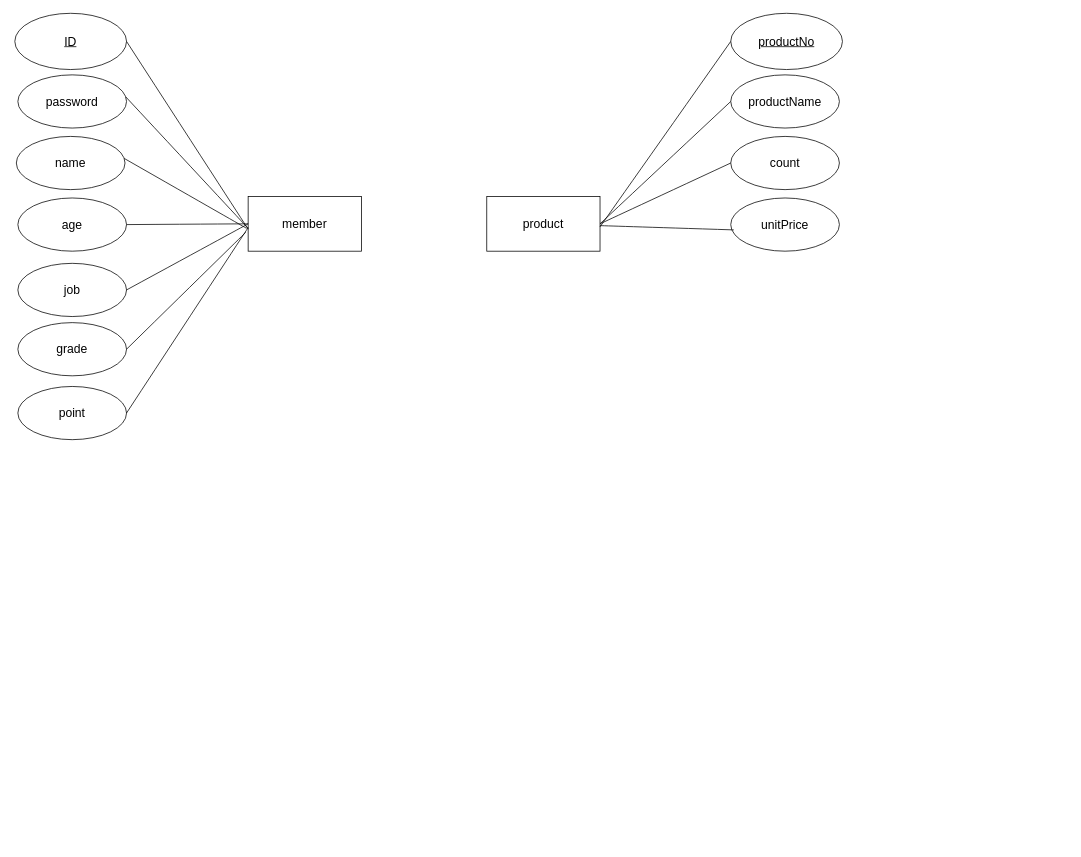
Before: page "ERD" (1 of 2) of testDB.drawio in kkcf0123/oracleSource1, a draw.io diagram. Source tidied: cells renumbered, new cells numbered last; positions are measured from the earlier drawing's top-left corner, leaving out a move shared by most shapes. Both pictures are drawn from the tidied source at 76%, with x=0, y=0 at pixel (14, 13).
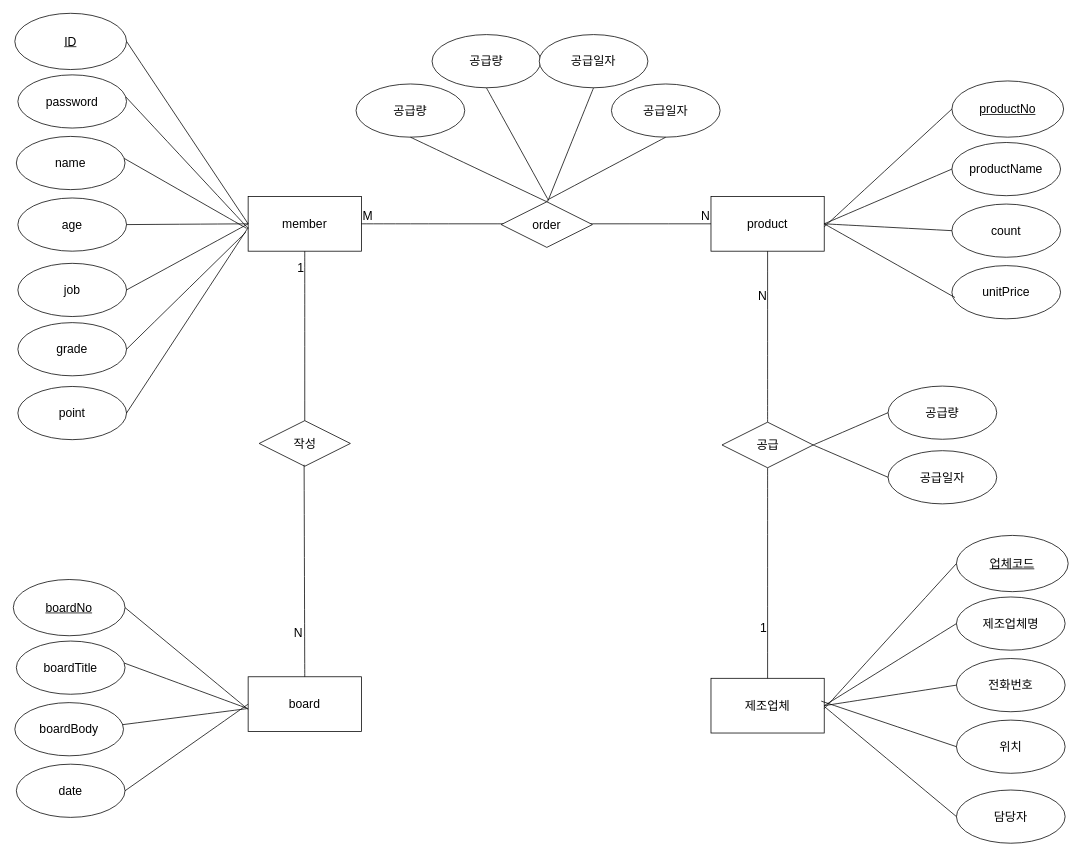
The same diagram, later.

The change refers to these unchanged cells:
```xml
<mxCell id="2" value="member" style="html=1;dashed=0;whiteSpace=wrap;fontSize=16;" parent="1" vertex="1">
  <mxGeometry x="307" y="241" width="149" height="72" as="geometry" />
</mxCell>
<mxCell id="4" value="ID" style="ellipse;whiteSpace=wrap;html=1;align=center;fontStyle=4;fontSize=16;" parent="1" vertex="1">
  <mxGeometry width="147" height="74" as="geometry" />
</mxCell>
```

Change to the diagram source:
```diff
@@
     <mxCell id="3" value="product" style="html=1;dashed=0;whiteSpace=wrap;fontSize=16;" parent="1" vertex="1">
-      <mxGeometry x="621" y="241" width="149" height="72" as="geometry" />
+      <mxGeometry x="916" y="241" width="149" height="72" as="geometry" />
     </mxCell>
@@
     <mxCell id="11" value="productNo" style="ellipse;whiteSpace=wrap;html=1;align=center;fontStyle=4;fontSize=16;" parent="1" vertex="1">
-      <mxGeometry x="942" width="147" height="74" as="geometry" />
+      <mxGeometry x="1233" y="89" width="147" height="74" as="geometry" />
     </mxCell>
     <mxCell id="12" value="productName" style="ellipse;whiteSpace=wrap;html=1;align=center;fontSize=16;" parent="1" vertex="1">
-      <mxGeometry x="942" y="81" width="143" height="70" as="geometry" />
+      <mxGeometry x="1233" y="170" width="143" height="70" as="geometry" />
     </mxCell>
     <mxCell id="13" value="count" style="ellipse;whiteSpace=wrap;html=1;align=center;fontSize=16;" parent="1" vertex="1">
-      <mxGeometry x="942" y="162" width="143" height="70" as="geometry" />
+      <mxGeometry x="1233" y="251" width="143" height="70" as="geometry" />
     </mxCell>
     <mxCell id="14" value="unitPrice" style="ellipse;whiteSpace=wrap;html=1;align=center;fontSize=16;" parent="1" vertex="1">
-      <mxGeometry x="942" y="243" width="143" height="70" as="geometry" />
+      <mxGeometry x="1233" y="332" width="143" height="70" as="geometry" />
     </mxCell>
     <mxCell id="15" style="endArrow=none;html=1;rounded=0;fontSize=12;startSize=8;endSize=8;curved=1;entryX=0;entryY=0.5;entryDx=0;entryDy=0;" parent="1" edge="1" target="11">
       <mxGeometry relative="1" as="geometry">
-        <mxPoint x="770" y="281" as="sourcePoint" />
+        <mxPoint x="1065" y="281" as="sourcePoint" />
       </mxGeometry>
     </mxCell>
     <mxCell id="16" style="endArrow=none;html=1;rounded=0;fontSize=12;startSize=8;endSize=8;curved=1;entryX=0;entryY=0.5;entryDx=0;entryDy=0;" parent="1" edge="1" target="12">
       <mxGeometry relative="1" as="geometry">
-        <mxPoint x="770" y="277" as="sourcePoint" />
+        <mxPoint x="1065" y="277" as="sourcePoint" />
       </mxGeometry>
     </mxCell>
@@
-    <mxCell id="18" style="endArrow=none;html=1;rounded=0;fontSize=12;startSize=8;endSize=8;curved=1;entryX=0.028;entryY=0.6;entryDx=0;entryDy=0;entryPerimeter=0;" parent="1" edge="1" source="3" target="14">
-      <mxGeometry relative="1" as="geometry" />
+    <mxCell id="18" style="endArrow=none;html=1;rounded=0;fontSize=12;startSize=8;endSize=8;curved=1;entryX=0.028;entryY=0.6;entryDx=0;entryDy=0;entryPerimeter=0;" parent="1" edge="1" target="14">
+      <mxGeometry relative="1" as="geometry">
+        <mxPoint x="1065" y="277" as="sourcePoint" />
+      </mxGeometry>
     </mxCell>
-    <mxCell id="19" style="endArrow=none;html=1;rounded=0;fontSize=12;startSize=8;endSize=8;curved=1;entryX=1;entryY=0.5;entryDx=0;entryDy=0;exitX=0;exitY=0.597;exitDx=0;exitDy=0;exitPerimeter=0;" parent="1" edge="1" source="2" target="4">
+    <mxCell id="19" style="endArrow=none;html=1;rounded=0;fontSize=12;startSize=8;endSize=8;curved=1;entryX=1;entryY=0.5;entryDx=0;entryDy=0;exitX=0;exitY=0.5;exitDx=0;exitDy=0;" parent="1" edge="1" source="2" target="4">
       <mxGeometry relative="1" as="geometry" />
     </mxCell>
@@
+    <mxCell id="26" value="board" style="html=1;dashed=0;whiteSpace=wrap;fontSize=16;" parent="1" vertex="1">
+      <mxGeometry x="307" y="873" width="149" height="72" as="geometry" />
+    </mxCell>
+    <mxCell id="27" value="boardNo" style="ellipse;whiteSpace=wrap;html=1;align=center;fontStyle=4;fontSize=16;" parent="1" vertex="1">
+      <mxGeometry x="-2" y="745" width="147" height="74" as="geometry" />
+    </mxCell>
+    <mxCell id="28" value="boardTitle" style="ellipse;whiteSpace=wrap;html=1;align=center;fontSize=16;" parent="1" vertex="1">
+      <mxGeometry x="2" y="826" width="143" height="70" as="geometry" />
+    </mxCell>
+    <mxCell id="29" value="boardBody" style="ellipse;whiteSpace=wrap;html=1;align=center;fontSize=16;" parent="1" vertex="1">
+      <mxGeometry y="907" width="143" height="70" as="geometry" />
+    </mxCell>
+    <mxCell id="30" value="date" style="ellipse;whiteSpace=wrap;html=1;align=center;fontSize=16;" parent="1" vertex="1">
+      <mxGeometry x="2" y="988" width="143" height="70" as="geometry" />
+    </mxCell>
+    <mxCell id="31" style="endArrow=none;html=1;rounded=0;fontSize=12;startSize=8;endSize=8;curved=1;entryX=1;entryY=0.5;entryDx=0;entryDy=0;exitX=0;exitY=0.597;exitDx=0;exitDy=0;exitPerimeter=0;" parent="1" edge="1" source="26" target="27">
+      <mxGeometry relative="1" as="geometry" />
+    </mxCell>
+    <mxCell id="32" style="endArrow=none;html=1;rounded=0;fontSize=12;startSize=8;endSize=8;curved=1;entryX=0.993;entryY=0.414;entryDx=0;entryDy=0;entryPerimeter=0;" parent="1" edge="1" target="28">
+      <mxGeometry relative="1" as="geometry">
+        <mxPoint x="307" y="915" as="sourcePoint" />
+      </mxGeometry>
+    </mxCell>
+    <mxCell id="33" style="endArrow=none;html=1;rounded=0;fontSize=12;startSize=8;endSize=8;curved=1;entryX=0.993;entryY=0.414;entryDx=0;entryDy=0;entryPerimeter=0;" parent="1" edge="1" target="29">
+      <mxGeometry relative="1" as="geometry">
+        <mxPoint x="305" y="915" as="sourcePoint" />
+      </mxGeometry>
+    </mxCell>
+    <mxCell id="34" style="endArrow=none;html=1;rounded=0;fontSize=12;startSize=8;endSize=8;curved=1;entryX=1;entryY=0.5;entryDx=0;entryDy=0;exitX=0;exitY=0.5;exitDx=0;exitDy=0;" parent="1" edge="1" source="26" target="30">
+      <mxGeometry relative="1" as="geometry" />
+    </mxCell>
+    <mxCell id="35" value="제조업체" style="html=1;dashed=0;whiteSpace=wrap;fontSize=16;" parent="1" vertex="1">
+      <mxGeometry x="916" y="875" width="149" height="72" as="geometry" />
+    </mxCell>
+    <mxCell id="36" value="업체코드" style="ellipse;whiteSpace=wrap;html=1;align=center;fontStyle=4;fontSize=16;" parent="1" vertex="1">
+      <mxGeometry x="1239" y="687" width="147" height="74" as="geometry" />
+    </mxCell>
+    <mxCell id="37" value="제조업체명" style="ellipse;whiteSpace=wrap;html=1;align=center;fontSize=16;" parent="1" vertex="1">
+      <mxGeometry x="1239" y="768" width="143" height="70" as="geometry" />
+    </mxCell>
+    <mxCell id="38" value="전화번호" style="ellipse;whiteSpace=wrap;html=1;align=center;fontSize=16;" parent="1" vertex="1">
+      <mxGeometry x="1239" y="849" width="143" height="70" as="geometry" />
+    </mxCell>
+    <mxCell id="39" value="위치" style="ellipse;whiteSpace=wrap;html=1;align=center;fontSize=16;" parent="1" vertex="1">
+      <mxGeometry x="1239" y="930" width="143" height="70" as="geometry" />
+    </mxCell>
+    <mxCell id="40" style="endArrow=none;html=1;rounded=0;fontSize=12;startSize=8;endSize=8;curved=1;entryX=0;entryY=0.5;entryDx=0;entryDy=0;" parent="1" edge="1" target="36">
+      <mxGeometry relative="1" as="geometry">
+        <mxPoint x="1065" y="915" as="sourcePoint" />
+      </mxGeometry>
+    </mxCell>
+    <mxCell id="41" style="endArrow=none;html=1;rounded=0;fontSize=12;startSize=8;endSize=8;curved=1;entryX=0;entryY=0.5;entryDx=0;entryDy=0;" parent="1" edge="1" target="37">
+      <mxGeometry relative="1" as="geometry">
+        <mxPoint x="1065" y="911" as="sourcePoint" />
+      </mxGeometry>
+    </mxCell>
+    <mxCell id="42" style="endArrow=none;html=1;rounded=0;fontSize=12;startSize=8;endSize=8;curved=1;entryX=0;entryY=0.5;entryDx=0;entryDy=0;exitX=1;exitY=0.5;exitDx=0;exitDy=0;" parent="1" edge="1" source="35" target="38">
+      <mxGeometry relative="1" as="geometry" />
+    </mxCell>
+    <mxCell id="43" style="endArrow=none;html=1;rounded=0;fontSize=12;startSize=8;endSize=8;curved=1;entryX=0;entryY=0.5;entryDx=0;entryDy=0;" parent="1" edge="1" target="39">
+      <mxGeometry relative="1" as="geometry">
+        <mxPoint x="1061" y="905" as="sourcePoint" />
+      </mxGeometry>
+    </mxCell>
+    <mxCell id="44" value="담당자" style="ellipse;whiteSpace=wrap;html=1;align=center;fontSize=16;" parent="1" vertex="1">
+      <mxGeometry x="1239" y="1022" width="143" height="70" as="geometry" />
+    </mxCell>
+    <mxCell id="45" style="endArrow=none;html=1;rounded=0;fontSize=12;startSize=8;endSize=8;curved=1;entryX=0;entryY=0.5;entryDx=0;entryDy=0;" parent="1" edge="1" target="44">
+      <mxGeometry relative="1" as="geometry">
+        <mxPoint x="1065" y="912" as="sourcePoint" />
+      </mxGeometry>
+    </mxCell>
+    <mxCell id="46" style="endArrow=none;html=1;rounded=0;fontSize=12;startSize=8;endSize=8;curved=1;entryX=0;entryY=0.5;entryDx=0;entryDy=0;exitX=1;exitY=0.5;exitDx=0;exitDy=0;" parent="1" edge="1" source="2" target="3">
+      <mxGeometry relative="1" as="geometry" />
+    </mxCell>
+    <mxCell id="47" value="M" style="html=1;whiteSpace=wrap;align=left;verticalAlign=bottom;fontSize=16;" parent="46" vertex="1">
+      <mxGeometry x="-1" relative="1" as="geometry" />
+    </mxCell>
+    <mxCell id="48" value="N" style="html=1;whiteSpace=wrap;align=right;verticalAlign=bottom;fontSize=16;" parent="46" vertex="1">
+      <mxGeometry x="1" relative="1" as="geometry" />
+    </mxCell>
+    <mxCell id="49" value="order" style="shape=rhombus;perimeter=rhombusPerimeter;whiteSpace=wrap;html=1;align=center;fontSize=16;" parent="1" vertex="1">
+      <mxGeometry x="640" y="248" width="120" height="60" as="geometry" />
+    </mxCell>
+    <mxCell id="50" value="공급" style="shape=rhombus;perimeter=rhombusPerimeter;whiteSpace=wrap;html=1;align=center;fontSize=16;" parent="1" vertex="1">
+      <mxGeometry x="930.5" y="538" width="120" height="60" as="geometry" />
+    </mxCell>
+    <mxCell id="51" style="endArrow=none;html=1;rounded=0;fontSize=12;startSize=8;endSize=8;curved=1;exitX=0.5;exitY=1;exitDx=0;exitDy=0;" parent="1" edge="1" source="50" target="35">
+      <mxGeometry relative="1" as="geometry" />
+    </mxCell>
+    <mxCell id="52" value="1" style="html=1;whiteSpace=wrap;align=right;verticalAlign=bottom;fontSize=16;" parent="51" vertex="1">
+      <mxGeometry x="1" relative="1" as="geometry">
+        <mxPoint y="-56" as="offset" />
+      </mxGeometry>
+    </mxCell>
+    <mxCell id="53" style="endArrow=none;html=1;rounded=0;fontSize=12;startSize=8;endSize=8;curved=1;entryX=0.5;entryY=1;entryDx=0;entryDy=0;exitX=0.5;exitY=0;exitDx=0;exitDy=0;" parent="1" edge="1" source="50" target="3">
+      <mxGeometry relative="1" as="geometry" />
+    </mxCell>
+    <mxCell id="54" value="N" style="html=1;whiteSpace=wrap;align=right;verticalAlign=bottom;fontSize=16;" parent="53" vertex="1">
+      <mxGeometry x="1" relative="1" as="geometry">
+        <mxPoint y="70" as="offset" />
+      </mxGeometry>
+    </mxCell>
+    <mxCell id="55" value="공급량" style="ellipse;whiteSpace=wrap;html=1;align=center;fontSize=16;" parent="1" vertex="1">
+      <mxGeometry x="1149" y="490.5" width="143" height="70" as="geometry" />
+    </mxCell>
+    <mxCell id="56" value="공급일자" style="ellipse;whiteSpace=wrap;html=1;align=center;fontSize=16;" parent="1" vertex="1">
+      <mxGeometry x="1149" y="575.5" width="143" height="70" as="geometry" />
+    </mxCell>
+    <mxCell id="57" style="endArrow=none;html=1;rounded=0;fontSize=12;startSize=8;endSize=8;curved=1;exitX=1;exitY=0.5;exitDx=0;exitDy=0;entryX=0;entryY=0.5;entryDx=0;entryDy=0;" parent="1" edge="1" source="50" target="55">
+      <mxGeometry relative="1" as="geometry" />
+    </mxCell>
+    <mxCell id="58" style="endArrow=none;html=1;rounded=0;fontSize=12;startSize=8;endSize=8;curved=1;exitX=1;exitY=0.5;exitDx=0;exitDy=0;entryX=0;entryY=0.5;entryDx=0;entryDy=0;" parent="1" edge="1" source="50" target="56">
+      <mxGeometry relative="1" as="geometry" />
+    </mxCell>
+    <mxCell id="59" value="공급량" style="ellipse;whiteSpace=wrap;html=1;align=center;fontSize=16;" parent="1" vertex="1">
+      <mxGeometry x="549" y="28" width="143" height="70" as="geometry" />
+    </mxCell>
+    <mxCell id="60" value="공급일자" style="ellipse;whiteSpace=wrap;html=1;align=center;fontSize=16;" parent="1" vertex="1">
+      <mxGeometry x="690" y="28" width="143" height="70" as="geometry" />
+    </mxCell>
+    <mxCell id="61" value="공급량" style="ellipse;whiteSpace=wrap;html=1;align=center;fontSize=16;" parent="1" vertex="1">
+      <mxGeometry x="449" y="93" width="143" height="70" as="geometry" />
+    </mxCell>
+    <mxCell id="62" value="공급일자" style="ellipse;whiteSpace=wrap;html=1;align=center;fontSize=16;" parent="1" vertex="1">
+      <mxGeometry x="785" y="93" width="143" height="70" as="geometry" />
+    </mxCell>
+    <mxCell id="63" style="endArrow=none;html=1;rounded=0;fontSize=12;startSize=8;endSize=8;curved=1;entryX=0.5;entryY=0;entryDx=0;entryDy=0;exitX=0.5;exitY=1;exitDx=0;exitDy=0;" parent="1" edge="1" source="61" target="49">
+      <mxGeometry relative="1" as="geometry" />
+    </mxCell>
+    <mxCell id="64" style="endArrow=none;html=1;rounded=0;fontSize=12;startSize=8;endSize=8;curved=1;exitX=0.5;exitY=1;exitDx=0;exitDy=0;" parent="1" edge="1" source="59">
+      <mxGeometry relative="1" as="geometry">
+        <mxPoint x="701" y="244" as="targetPoint" />
+      </mxGeometry>
+    </mxCell>
+    <mxCell id="65" style="endArrow=none;html=1;rounded=0;fontSize=12;startSize=8;endSize=8;curved=1;exitX=0.5;exitY=1;exitDx=0;exitDy=0;" parent="1" edge="1" source="60">
+      <mxGeometry relative="1" as="geometry">
+        <mxPoint x="701" y="248" as="targetPoint" />
+      </mxGeometry>
+    </mxCell>
+    <mxCell id="66" style="endArrow=none;html=1;rounded=0;fontSize=12;startSize=8;endSize=8;curved=1;exitX=0.5;exitY=1;exitDx=0;exitDy=0;" parent="1" edge="1" source="62">
+      <mxGeometry relative="1" as="geometry">
+        <mxPoint x="700" y="246" as="targetPoint" />
+      </mxGeometry>
+    </mxCell>
+    <mxCell id="67" value="작성" style="shape=rhombus;perimeter=rhombusPerimeter;whiteSpace=wrap;html=1;align=center;fontSize=16;" parent="1" vertex="1">
+      <mxGeometry x="321.5" y="536" width="120" height="60" as="geometry" />
+    </mxCell>
+    <mxCell id="68" style="endArrow=none;html=1;rounded=0;fontSize=12;startSize=8;endSize=8;curved=1;exitX=0.5;exitY=1;exitDx=0;exitDy=0;entryX=0.5;entryY=0;entryDx=0;entryDy=0;" parent="1" edge="1" source="2" target="67">
+      <mxGeometry relative="1" as="geometry" />
+    </mxCell>
+    <mxCell id="69" value="1" style="html=1;whiteSpace=wrap;align=right;verticalAlign=bottom;fontSize=16;" parent="68" vertex="1">
+      <mxGeometry x="1" relative="1" as="geometry">
+        <mxPoint y="-190" as="offset" />
+      </mxGeometry>
+    </mxCell>
+    <mxCell id="70" style="endArrow=none;html=1;rounded=0;fontSize=12;startSize=8;endSize=8;curved=1;entryX=0.493;entryY=0.967;entryDx=0;entryDy=0;exitX=0.5;exitY=0;exitDx=0;exitDy=0;entryPerimeter=0;" parent="1" edge="1" source="26" target="67">
+      <mxGeometry relative="1" as="geometry" />
+    </mxCell>
+    <mxCell id="71" value="N" style="html=1;whiteSpace=wrap;align=right;verticalAlign=bottom;fontSize=16;" parent="70" vertex="1">
+      <mxGeometry x="1" relative="1" as="geometry">
+        <mxPoint x="-1" y="232" as="offset" />
+      </mxGeometry>
+    </mxCell>
```
